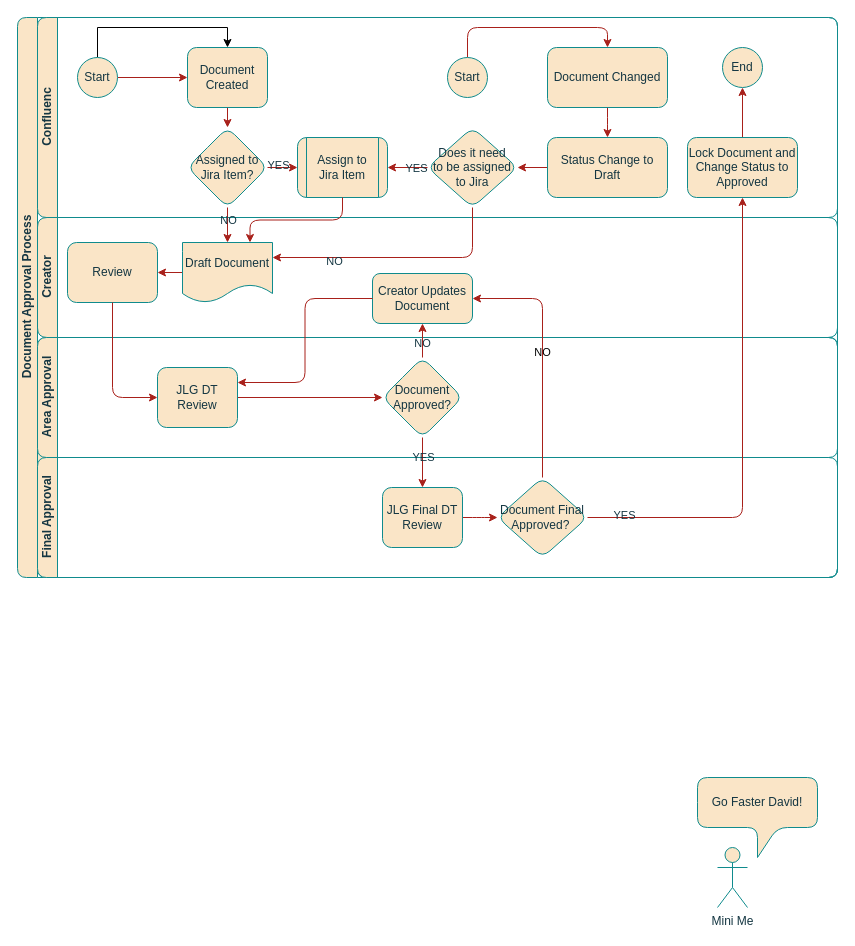
The draw.io diagram page "Document Approval" (2 of 3) of Document Creation and Approval Process V1.drawio in dcdodd/Fuzzy-Logic-From-David, before the edit. Source tidied: cells renumbered, new cells numbered last; positions are measured from the earlier drawing's top-left corner, leaving out a move shared by most shapes. Both pictures are drawn from the tidied source at 100%, with x=0, y=0 at pixel (17, 17).
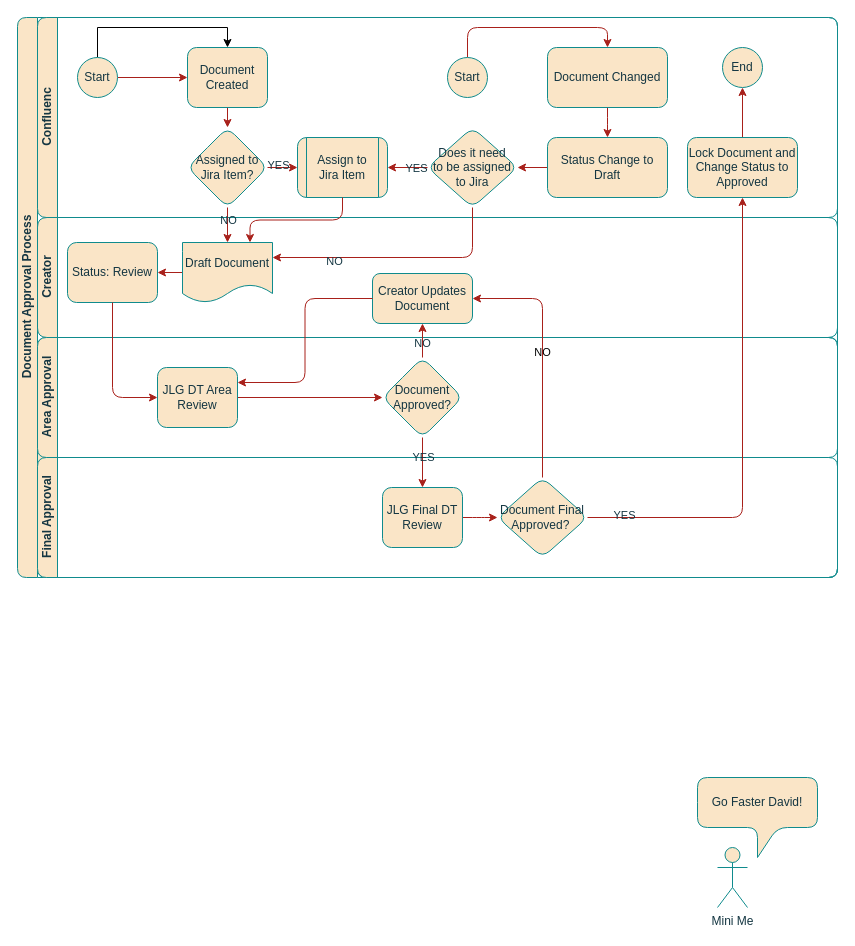
The same page after the edit.

The change refers to these unchanged cells:
```xml
<mxCell id="25" value="Creator" style="swimlane;html=1;startSize=20;horizontal=0;labelBackgroundColor=none;rounded=1;fillColor=#FAE5C7;strokeColor=#0F8B8D;fontColor=#143642;arcSize=16;" parent="2" vertex="1">
  <mxGeometry x="20" y="200" width="800" height="120" as="geometry" />
</mxCell>
<mxCell id="30" value="Creator" style="swimlane;html=1;startSize=20;horizontal=0;labelBackgroundColor=none;rounded=1;fillColor=#FAE5C7;strokeColor=#0F8B8D;fontColor=#143642;" parent="2" vertex="1">
  <mxGeometry x="20" y="320" width="800" height="240" as="geometry" />
</mxCell>
```

Change to the diagram source:
```diff
@@
-    <mxCell id="29" value="Review" style="rounded=1;whiteSpace=wrap;html=1;labelBackgroundColor=none;fillColor=#FAE5C7;strokeColor=#0F8B8D;fontColor=#143642;" parent="25" vertex="1">
+    <mxCell id="29" value="Status: Review" style="rounded=1;whiteSpace=wrap;html=1;labelBackgroundColor=none;fillColor=#FAE5C7;strokeColor=#0F8B8D;fontColor=#143642;" parent="25" vertex="1">
       <mxGeometry x="30" y="25" width="90" height="60" as="geometry" />
     </mxCell>
@@
-    <mxCell id="32" value="JLG DT Review" style="rounded=1;whiteSpace=wrap;html=1;fontFamily=Helvetica;fontSize=12;align=center;labelBackgroundColor=none;fillColor=#FAE5C7;strokeColor=#0F8B8D;fontColor=#143642;" parent="30" vertex="1">
+    <mxCell id="32" value="JLG DT Area Review" style="rounded=1;whiteSpace=wrap;html=1;fontFamily=Helvetica;fontSize=12;align=center;labelBackgroundColor=none;fillColor=#FAE5C7;strokeColor=#0F8B8D;fontColor=#143642;" parent="30" vertex="1">
       <mxGeometry x="120" y="30" width="80" height="60" as="geometry" />
     </mxCell>
```
